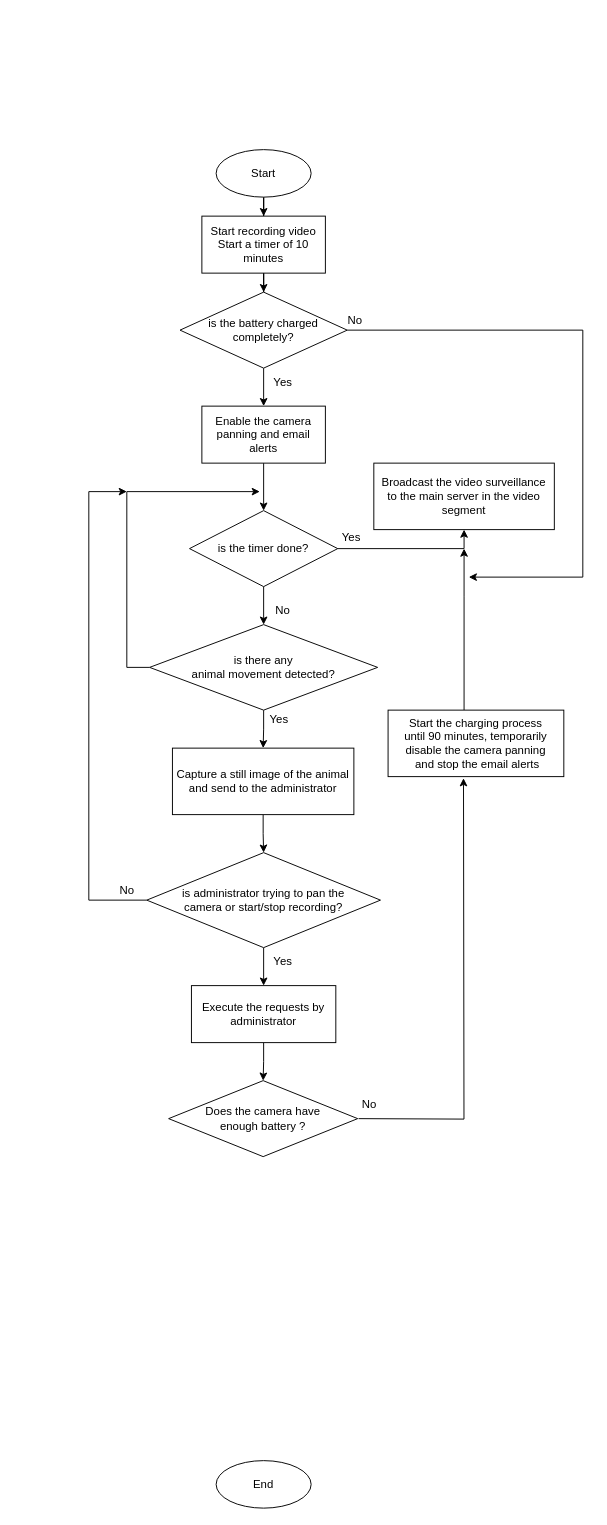
jeelpatel17/jeelpatel17 keeps this draw.io diagram as aps-quiz-2.drawio. Above is the earlier version. Source tidied: cells renumbered, new cells numbered last; positions are measured from the earlier drawing's top-left corner, leaving out a move shared by most shapes. Both pictures are drawn from the tidied source at 95%, with x=0, y=0 at pixel (88, 149).
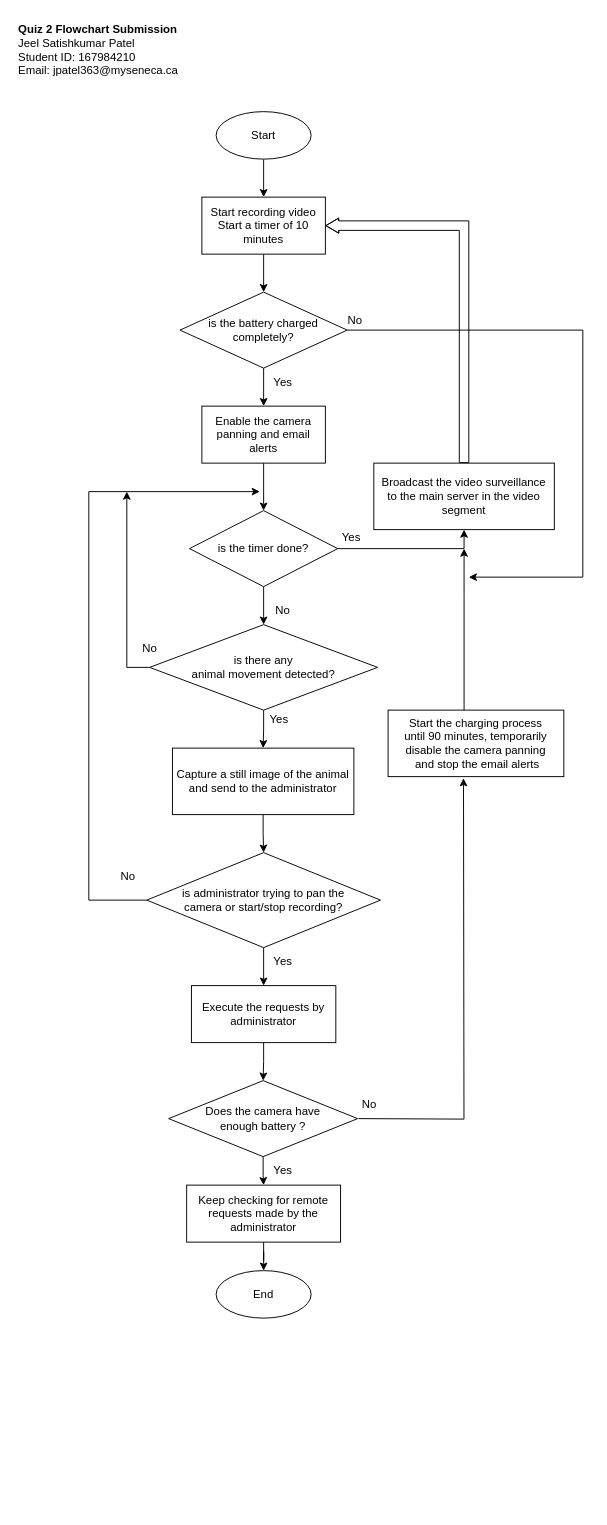
The same page after the edit.

Unchanged cells that the change refers to:
```xml
<mxCell id="10" value="&lt;div&gt;Broadcast the video surveillance&lt;/div&gt;&lt;div&gt;to the main server in the video segment&lt;/div&gt;" style="rounded=0;whiteSpace=wrap;html=1;" parent="1" vertex="1">
  <mxGeometry x="300" y="330" width="190" height="70" as="geometry" />
</mxCell>
<mxCell id="14" value="&lt;div&gt;is there any&lt;/div&gt;&lt;div&gt;animal movement detected?&lt;/div&gt;" style="rhombus;whiteSpace=wrap;html=1;" parent="1" vertex="1">
  <mxGeometry x="64" y="500" width="240" height="90" as="geometry" />
</mxCell>
<mxCell id="20" value="&lt;div&gt;is administrator trying to pan the&lt;/div&gt;&lt;div&gt;camera or start/stop recording?&lt;/div&gt;" style="rhombus;whiteSpace=wrap;html=1;" parent="1" vertex="1">
  <mxGeometry x="61" y="740" width="246" height="100" as="geometry" />
</mxCell>
<mxCell id="25" value="&lt;div&gt;Does the camera have&lt;/div&gt;&lt;div&gt;enough battery ?&lt;/div&gt;" style="rhombus;whiteSpace=wrap;html=1;" parent="1" vertex="1">
  <mxGeometry x="84" y="980" width="199" height="80" as="geometry" />
</mxCell>
```

The edit, as a diff of the source:
```diff
@@
     <mxCell id="3" value="Start" style="ellipse;whiteSpace=wrap;html=1;" parent="1" vertex="1">
-      <mxGeometry x="134" width="100" height="50" as="geometry" />
+      <mxGeometry x="134" y="-40" width="100" height="50" as="geometry" />
     </mxCell>
     <mxCell id="4" value="End" style="ellipse;whiteSpace=wrap;html=1;" parent="1" vertex="1">
-      <mxGeometry x="134" y="1380" width="100" height="50" as="geometry" />
+      <mxGeometry x="134" y="1180" width="100" height="50" as="geometry" />
     </mxCell>
@@
     <mxCell id="6" value="Start recording video Start a timer of 10 minutes" style="rounded=0;whiteSpace=wrap;html=1;" parent="1" vertex="1">
-      <mxGeometry x="119" y="70" width="130" height="60" as="geometry" />
+      <mxGeometry x="119" y="50" width="130" height="60" as="geometry" />
     </mxCell>
@@
-    <mxCell id="13" style="edgeStyle=orthogonalEdgeStyle;rounded=0;jettySize=auto;html=1;" parent="1" edge="1" source="14">
-      <mxGeometry relative="1" as="geometry">
-        <mxPoint x="180" y="360" as="targetPoint" />
-        <Array as="points">
-          <mxPoint x="40" y="545" />
-          <mxPoint x="40" y="360" />
-        </Array>
-      </mxGeometry>
-    </mxCell>
+    <mxCell id="38" style="edgeStyle=elbowEdgeStyle;rounded=0;jettySize=auto;elbow=vertical;html=1;" parent="1" edge="1" source="14">
+      <mxGeometry relative="1" as="geometry">
+        <mxPoint x="40" y="360" as="targetPoint" />
+        <Array as="points">
+          <mxPoint x="80" y="545" />
+        </Array>
+      </mxGeometry>
+    </mxCell>
@@
     <mxCell id="19" style="edgeStyle=orthogonalEdgeStyle;rounded=0;jettySize=auto;html=1;" parent="1" edge="1" source="20">
       <mxGeometry relative="1" as="geometry">
-        <mxPoint x="40" y="360" as="targetPoint" />
+        <mxPoint x="180" y="360" as="targetPoint" />
         <Array as="points">
           <mxPoint y="790" />
           <mxPoint y="360" />
         </Array>
       </mxGeometry>
     </mxCell>
@@
+    <mxCell id="39" style="edgeStyle=orthogonalEdgeStyle;rounded=0;jettySize=auto;html=1;entryX=0.5;entryY=0;entryDx=0;entryDy=0;" parent="1" edge="1" source="25" target="41">
+      <mxGeometry relative="1" as="geometry" />
+    </mxCell>
@@
     <mxCell id="27" value="No" style="text;html=1;align=center;verticalAlign=middle;strokeColor=none;fillColor=none;" parent="1" vertex="1">
-      <mxGeometry x="20" y="765" width="40" height="30" as="geometry" />
+      <mxGeometry x="21" y="750" width="40" height="30" as="geometry" />
     </mxCell>
@@
+    <mxCell id="40" style="edgeStyle=orthogonalEdgeStyle;rounded=0;jettySize=auto;html=1;entryX=0.5;entryY=0;entryDx=0;entryDy=0;" parent="1" edge="1" source="41" target="4">
+      <mxGeometry relative="1" as="geometry" />
+    </mxCell>
+    <mxCell id="41" value="Keep checking for remote requests made by the administrator" style="rounded=0;whiteSpace=wrap;html=1;" parent="1" vertex="1">
+      <mxGeometry x="103" y="1090" width="162" height="60" as="geometry" />
+    </mxCell>
+    <mxCell id="42" value="Yes" style="text;html=1;align=center;verticalAlign=middle;strokeColor=none;fillColor=none;" parent="1" vertex="1">
+      <mxGeometry x="184" y="1060" width="40" height="30" as="geometry" />
+    </mxCell>
+    <mxCell id="43" value="No" style="text;html=1;align=center;verticalAlign=middle;strokeColor=none;fillColor=none;" parent="1" vertex="1">
+      <mxGeometry x="44" y="510" width="40" height="30" as="geometry" />
+    </mxCell>
+    <mxCell id="44" style="shape=flexArrow;endArrow=classic;html=1;rounded=0;elbow=vertical;endWidth=4.8;endSize=4.168;entryX=1;entryY=0.5;entryDx=0;entryDy=0;" parent="1" edge="1" source="10" target="6">
+      <mxGeometry relative="1" as="geometry">
+        <Array as="points">
+          <mxPoint x="395" y="80" />
+        </Array>
+      </mxGeometry>
+    </mxCell>
+    <mxCell id="45" value="&lt;div align=&quot;left&quot;&gt;&lt;b&gt;Quiz 2 Flowchart Submission&lt;/b&gt;&lt;br&gt;&lt;/div&gt;&lt;div align=&quot;left&quot;&gt;Jeel Satishkumar Patel&lt;br&gt;Student ID: 167984210&lt;br&gt;Email: jpatel363@myseneca.ca&lt;/div&gt;" style="text;html=1;align=left;verticalAlign=middle;strokeColor=none;fillColor=none;" parent="1" vertex="1">
+      <mxGeometry x="-76" y="-140" width="210" height="70" as="geometry" />
+    </mxCell>
```
